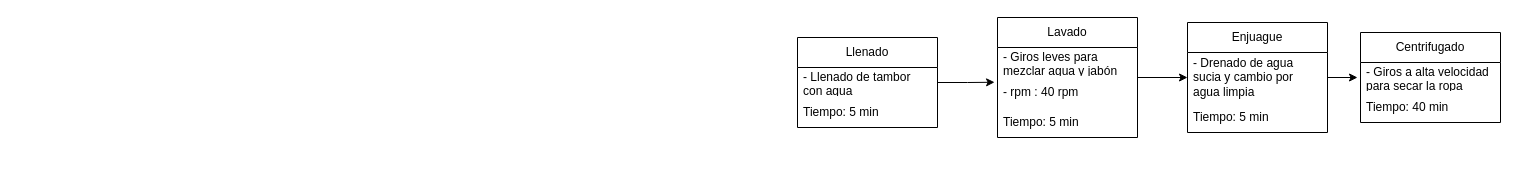
Above: docs/etapas_lavado.drawio in mora200217/dm-proj (draw.io), before the change. Source tidied: cells renumbered, new cells numbered last; positions are measured from the earlier drawing's top-left corner, leaving out a move shared by most shapes. Both pictures are drawn from the tidied source at 100%, with x=0, y=0 at pixel (797, 17).
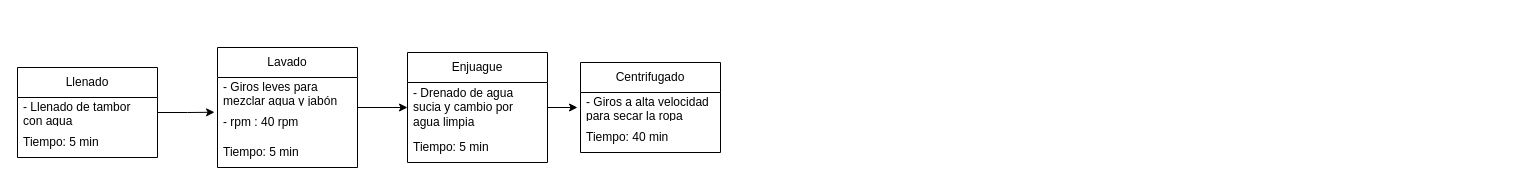
The same diagram, later.

Diff of the diagram source:
```diff
@@
 <mxGraphModel>
   <root>
     <mxCell id="0" />
     <mxCell id="1" parent="0" />
+    <mxCell id="18" style="group;" parent="1" vertex="1">
+      <mxGeometry x="-780" y="30" width="703" height="120" as="geometry" />
+    </mxCell>
-    <mxCell id="2" value="Llenado" style="swimlane;fontStyle=0;horizontal=1;startSize=30;whiteSpace=wrap;html=1;" parent="1" vertex="1">
+    <mxCell id="2" value="Llenado" style="swimlane;fontStyle=0;horizontal=1;startSize=30;whiteSpace=wrap;html=1;" parent="18" vertex="1">
       <mxGeometry y="20" width="140" height="90" as="geometry" />
     </mxCell>
     <mxCell id="3" value="- Llenado de tambor con agua" style="text;strokeColor=none;fillColor=none;align=left;verticalAlign=middle;spacingLeft=4;spacingRight=4;overflow=hidden;points=[[0,0.5],[1,0.5]];portConstraint=eastwest;whiteSpace=wrap;html=1;" parent="2" vertex="1">
       <mxGeometry y="30" width="140" height="30" as="geometry" />
     </mxCell>
     <mxCell id="4" value="Tiempo: 5 min" style="text;strokeColor=none;fillColor=none;align=left;verticalAlign=middle;spacingLeft=4;spacingRight=4;overflow=hidden;whiteSpace=wrap;html=1;" parent="2" vertex="1">
       <mxGeometry y="60" width="140" height="30" as="geometry" />
     </mxCell>
-    <mxCell id="5" style="edgeStyle=orthogonalEdgeStyle;rounded=0;jettySize=auto;html=1;exitX=1;exitY=0.5;exitDx=0;exitDy=0;entryX=0;entryY=0.5;entryDx=0;entryDy=0;" parent="1" edge="1" source="6" target="12">
+    <mxCell id="5" style="edgeStyle=orthogonalEdgeStyle;rounded=0;jettySize=auto;html=1;exitX=1;exitY=0.5;exitDx=0;exitDy=0;entryX=0;entryY=0.5;entryDx=0;entryDy=0;" parent="18" edge="1" source="6" target="12">
       <mxGeometry relative="1" as="geometry" />
     </mxCell>
-    <mxCell id="6" value="Lavado" style="swimlane;fontStyle=0;horizontal=1;startSize=30;whiteSpace=wrap;html=1;" parent="1" vertex="1">
+    <mxCell id="6" value="Lavado" style="swimlane;fontStyle=0;horizontal=1;startSize=30;whiteSpace=wrap;html=1;" parent="18" vertex="1">
       <mxGeometry x="200" width="140" height="120" as="geometry" />
     </mxCell>
     <mxCell id="7" value="- Giros leves para mezclar agua y jabón" style="text;strokeColor=none;fillColor=none;align=left;verticalAlign=middle;spacingLeft=4;spacingRight=4;overflow=hidden;whiteSpace=wrap;html=1;" parent="6" vertex="1">
       <mxGeometry y="30" width="140" height="30" as="geometry" />
     </mxCell>
     <mxCell id="8" value="- rpm : 40 rpm&amp;nbsp;" style="text;strokeColor=none;fillColor=none;align=left;verticalAlign=middle;spacingLeft=4;spacingRight=4;overflow=hidden;points=[[0,0.5],[1,0.5]];portConstraint=eastwest;whiteSpace=wrap;html=1;" parent="6" vertex="1">
       <mxGeometry y="60" width="140" height="30" as="geometry" />
     </mxCell>
     <mxCell id="9" value="Tiempo: 5 min" style="text;strokeColor=none;fillColor=none;align=left;verticalAlign=middle;spacingLeft=4;spacingRight=4;overflow=hidden;whiteSpace=wrap;html=1;" parent="6" vertex="1">
       <mxGeometry y="90" width="140" height="30" as="geometry" />
     </mxCell>
-    <mxCell id="10" value="Enjuague" style="swimlane;fontStyle=0;horizontal=1;startSize=30;whiteSpace=wrap;html=1;" parent="1" vertex="1">
+    <mxCell id="10" value="Enjuague" style="swimlane;fontStyle=0;horizontal=1;startSize=30;whiteSpace=wrap;html=1;" parent="18" vertex="1">
       <mxGeometry x="390" y="5" width="140" height="110" as="geometry" />
     </mxCell>
     <mxCell id="11" style="edgeStyle=orthogonalEdgeStyle;rounded=0;jettySize=auto;html=1;exitX=1;exitY=0.5;exitDx=0;exitDy=0;" parent="10" edge="1" source="12">
       <mxGeometry relative="1" as="geometry">
         <mxPoint x="170" y="55" as="targetPoint" />
       </mxGeometry>
     </mxCell>
     <mxCell id="12" value="- Drenado de agua sucia y cambio por agua limpia" style="text;strokeColor=none;fillColor=none;align=left;verticalAlign=middle;spacingLeft=4;spacingRight=4;overflow=hidden;points=[[0,0.5],[1,0.5]];portConstraint=eastwest;whiteSpace=wrap;html=1;" parent="10" vertex="1">
       <mxGeometry y="30" width="140" height="50" as="geometry" />
     </mxCell>
     <mxCell id="13" value="Tiempo: 5 min" style="text;strokeColor=none;fillColor=none;align=left;verticalAlign=middle;spacingLeft=4;spacingRight=4;overflow=hidden;whiteSpace=wrap;html=1;" parent="10" vertex="1">
       <mxGeometry y="80" width="140" height="30" as="geometry" />
     </mxCell>
-    <mxCell id="14" value="Centrifugado" style="swimlane;fontStyle=0;horizontal=1;startSize=30;whiteSpace=wrap;html=1;" parent="1" vertex="1">
+    <mxCell id="14" value="Centrifugado" style="swimlane;fontStyle=0;horizontal=1;startSize=30;whiteSpace=wrap;html=1;" parent="18" vertex="1">
       <mxGeometry x="563" y="15" width="140" height="90" as="geometry" />
     </mxCell>
     <mxCell id="15" value="- Giros a alta velocidad para secar la ropa" style="text;strokeColor=none;fillColor=none;align=left;verticalAlign=middle;spacingLeft=4;spacingRight=4;overflow=hidden;whiteSpace=wrap;html=1;" parent="14" vertex="1">
       <mxGeometry y="30" width="140" height="30" as="geometry" />
     </mxCell>
     <mxCell id="16" value="Tiempo: 40 min" style="text;strokeColor=none;fillColor=none;align=left;verticalAlign=middle;spacingLeft=4;spacingRight=4;overflow=hidden;whiteSpace=wrap;html=1;" parent="14" vertex="1">
       <mxGeometry y="60" width="140" height="30" as="geometry" />
     </mxCell>
-    <mxCell id="17" style="edgeStyle=orthogonalEdgeStyle;rounded=0;jettySize=auto;html=1;exitX=1;exitY=0.5;exitDx=0;exitDy=0;entryX=-0.021;entryY=0.159;entryDx=0;entryDy=0;entryPerimeter=0;" parent="1" edge="1" source="3" target="8">
+    <mxCell id="17" style="edgeStyle=orthogonalEdgeStyle;rounded=0;jettySize=auto;html=1;exitX=1;exitY=0.5;exitDx=0;exitDy=0;entryX=-0.021;entryY=0.159;entryDx=0;entryDy=0;entryPerimeter=0;" parent="18" edge="1" source="3" target="8">
       <mxGeometry relative="1" as="geometry" />
     </mxCell>
   </root>
 </mxGraphModel>
```
